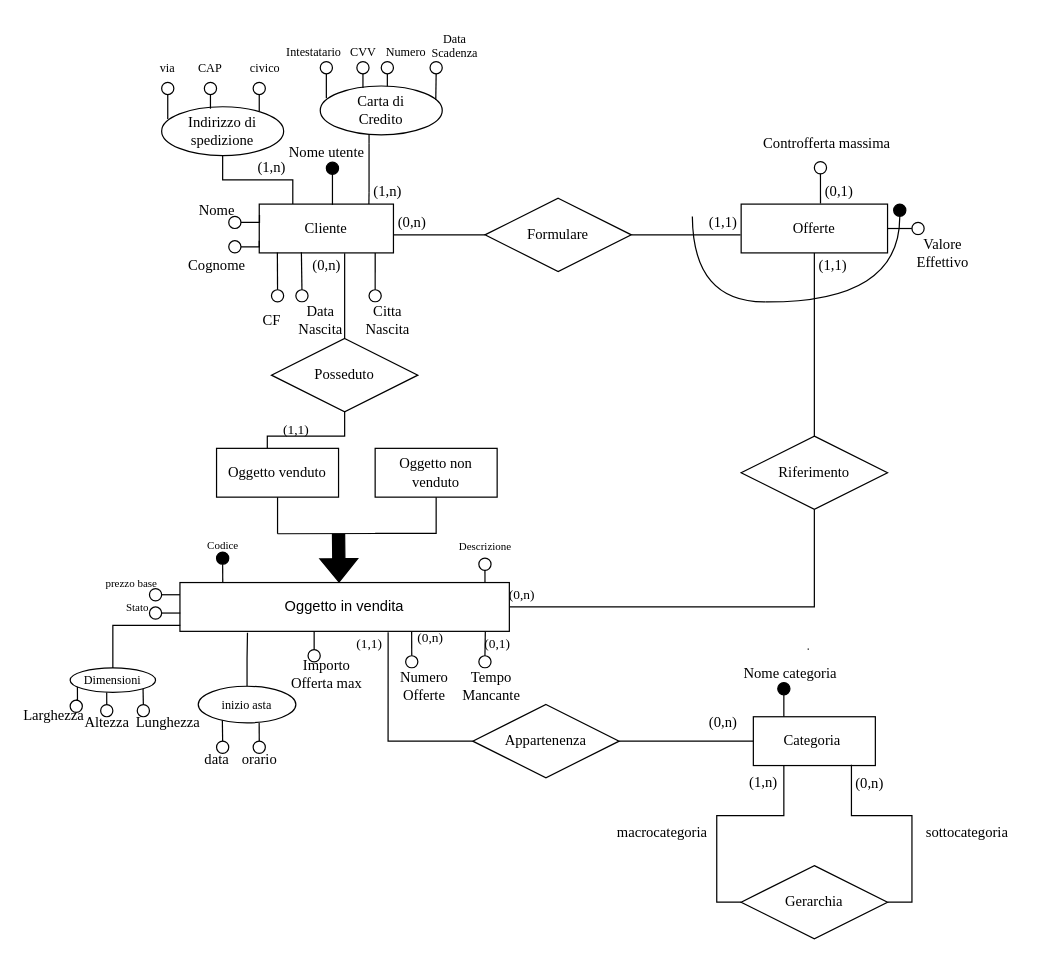
The draw.io diagram materiale/Schemi Base E-R/Diagramma ER finale.drawio in A-lex00/AsteOnlineBD, before the edit. Source tidied: cells renumbered, new cells numbered last; positions are measured from the earlier drawing's top-left corner, leaving out a move shared by most shapes. Both pictures are drawn from the tidied source at 122%, with x=0, y=0 at pixel (21, 21).
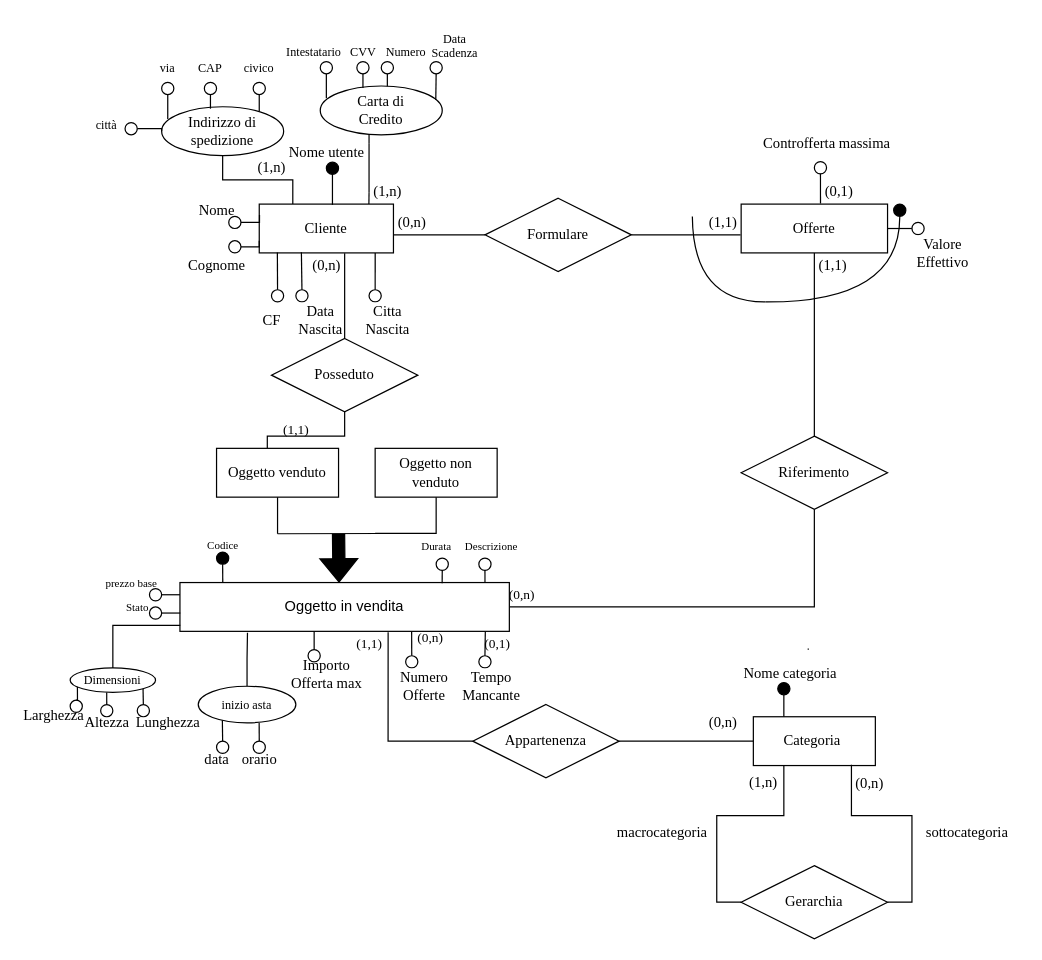
After the change.

The change refers to these unchanged cells:
```xml
<mxCell id="71" value="Oggetto in vendita" style="whiteSpace=wrap;html=1;align=center;" parent="1" vertex="1">
  <mxGeometry x="130" y="460" width="270" height="40" as="geometry" />
</mxCell>
<mxCell id="106" value="Indirizzo di&lt;div&gt;spedizione&lt;/div&gt;" style="ellipse;whiteSpace=wrap;html=1;align=center;fontFamily=Times New Roman;" parent="1" vertex="1">
  <mxGeometry x="115" y="70" width="100" height="40" as="geometry" />
</mxCell>
```

What changed in the source:
```diff
@@
     <mxCell id="80" value="&lt;font style=&quot;font-size: 9px;&quot;&gt;Descrizione&lt;/font&gt;" style="text;html=1;align=center;verticalAlign=middle;strokeColor=none;fillColor=none;fontFamily=Times New Roman;" parent="1" vertex="1">
-      <mxGeometry x="345" y="415" width="70" height="30" as="geometry" />
+      <mxGeometry x="350" y="415" width="70" height="30" as="geometry" />
     </mxCell>
@@
     <mxCell id="117" value="&lt;span style=&quot;font-size: 10px;&quot;&gt;civico&lt;/span&gt;" style="text;html=1;align=center;verticalAlign=middle;whiteSpace=wrap;rounded=0;fontFamily=Times New Roman;fontSize=12;fontColor=default;labelBackgroundColor=default;" parent="1" vertex="1">
-      <mxGeometry x="170" y="23" width="60" height="30" as="geometry" />
+      <mxGeometry x="165" y="23" width="60" height="30" as="geometry" />
     </mxCell>
@@
+    <mxCell id="142" style="edgeStyle=orthogonalEdgeStyle;rounded=0;jettySize=auto;html=1;exitX=1;exitY=0.5;exitDx=0;exitDy=0;entryX=0;entryY=0.5;entryDx=0;entryDy=0;endArrow=none;startFill=0;" parent="1" edge="1" source="143" target="106">
+      <mxGeometry relative="1" as="geometry" />
+    </mxCell>
+    <mxCell id="143" style="ellipse;whiteSpace=wrap;html=1;fontFamily=Times New Roman;" parent="1" vertex="1">
+      <mxGeometry x="85" y="83" width="10" height="10" as="geometry" />
+    </mxCell>
+    <mxCell id="144" value="&lt;span style=&quot;font-size: 10px;&quot;&gt;città&lt;/span&gt;" style="text;html=1;align=center;verticalAlign=middle;whiteSpace=wrap;rounded=0;fontFamily=Times New Roman;fontSize=12;fontColor=default;labelBackgroundColor=default;" parent="1" vertex="1">
+      <mxGeometry x="40" y="70" width="60" height="30" as="geometry" />
+    </mxCell>
+    <mxCell id="145" value="&lt;font style=&quot;font-size: 9px;&quot;&gt;Durata&lt;/font&gt;" style="text;html=1;align=center;verticalAlign=middle;strokeColor=none;fillColor=none;fontFamily=Times New Roman;" parent="1" vertex="1">
+      <mxGeometry x="315" y="415" width="50" height="30" as="geometry" />
+    </mxCell>
+    <mxCell id="146" style="ellipse;whiteSpace=wrap;html=1;" parent="1" vertex="1">
+      <mxGeometry x="340" y="440" width="10" height="10" as="geometry" />
+    </mxCell>
+    <mxCell id="147" style="edgeStyle=orthogonalEdgeStyle;rounded=0;jettySize=auto;html=1;exitX=0.5;exitY=1;exitDx=0;exitDy=0;entryX=0.796;entryY=0.014;entryDx=0;entryDy=0;entryPerimeter=0;endArrow=none;startFill=0;" parent="1" edge="1" source="146" target="71">
+      <mxGeometry relative="1" as="geometry" />
+    </mxCell>
```
